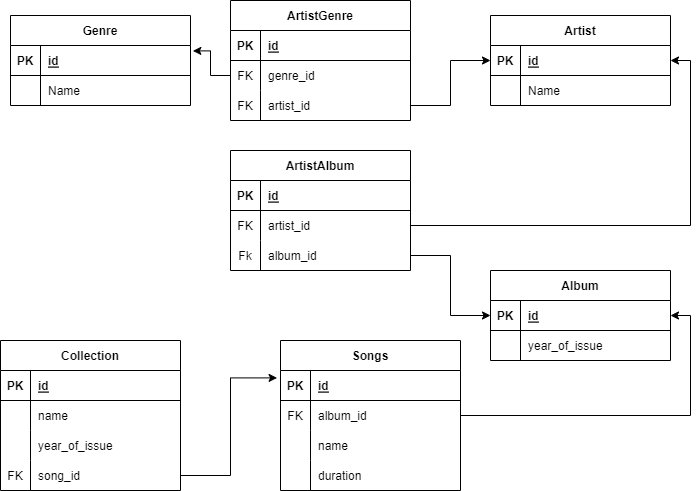
Above: Scheme_2.png in IrinaT87/DB (draw.io), before the change. Source tidied: cells renumbered, new cells last; positions are measured from the earlier drawing's top-left corner, leaving out a move shared by most shapes.
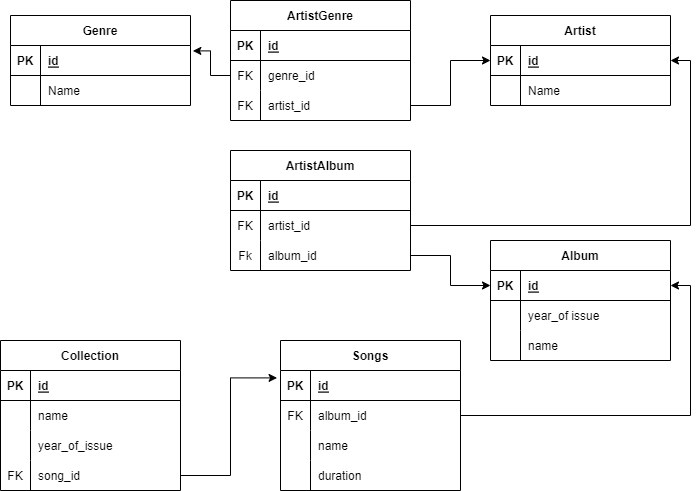
The same file after the commit.

What changed in the source:
```diff
@@ -44,27 +44,6 @@
     <mxCell id="15" value="Name" style="shape=partialRectangle;fillColor=none;top=0;left=0;bottom=0;right=0;align=left;spacingLeft=6;overflow=hidden;" parent="13" vertex="1">
       <mxGeometry x="30" width="150" height="30" as="geometry" />
     </mxCell>
-    <mxCell id="16" value="Album" style="shape=table;startSize=30;rowLines=0;fontStyle=1;align=center;" parent="1" vertex="1">
-      <mxGeometry x="490" y="270" width="180" height="90" as="geometry" />
-    </mxCell>
-    <mxCell id="17" style="shape=tableRow;horizontal=0;startSize=0;swimlaneHead=0;swimlaneBody=0;fillColor=none;points=[[0,0.5],[1,0.5]];portConstraint=eastwest;top=0;left=0;right=0;bottom=1;" parent="16" vertex="1">
-      <mxGeometry y="30" width="180" height="30" as="geometry" />
-    </mxCell>
-    <mxCell id="18" value="PK" style="shape=partialRectangle;fillColor=none;top=0;left=0;bottom=0;right=0;fontStyle=1;overflow=hidden;" parent="17" vertex="1">
-      <mxGeometry width="30" height="30" as="geometry" />
-    </mxCell>
-    <mxCell id="19" value="id" style="shape=partialRectangle;fillColor=none;top=0;left=0;bottom=0;right=0;align=left;spacingLeft=6;fontStyle=5;overflow=hidden;" parent="17" vertex="1">
-      <mxGeometry x="30" width="150" height="30" as="geometry" />
-    </mxCell>
-    <mxCell id="20" style="shape=tableRow;horizontal=0;startSize=0;swimlaneHead=0;swimlaneBody=0;fillColor=none;top=0;left=0;right=0;bottom=0;" parent="16" vertex="1">
-      <mxGeometry y="60" width="180" height="30" as="geometry" />
-    </mxCell>
-    <mxCell id="21" style="shape=partialRectangle;fillColor=none;top=0;left=0;bottom=0;right=0;overflow=hidden;" parent="20" vertex="1">
-      <mxGeometry width="30" height="30" as="geometry" />
-    </mxCell>
-    <mxCell id="22" value="year_of_issue" style="shape=partialRectangle;fillColor=none;top=0;left=0;bottom=0;right=0;align=left;spacingLeft=6;overflow=hidden;" parent="20" vertex="1">
-      <mxGeometry x="30" width="150" height="30" as="geometry" />
-    </mxCell>
     <mxCell id="23" value="Songs" style="shape=table;startSize=30;rowLines=0;fontStyle=1;align=center;" parent="1" vertex="1">
       <mxGeometry x="280" y="340" width="180" height="150" as="geometry" />
     </mxCell>
@@ -104,9 +83,6 @@
     <mxCell id="35" value="duration" style="shape=partialRectangle;fillColor=none;top=0;left=0;bottom=0;right=0;align=left;spacingLeft=6;overflow=hidden;" parent="33" vertex="1">
       <mxGeometry x="30" width="150" height="30" as="geometry" />
     </mxCell>
-    <mxCell id="36" style="edgeStyle=orthogonalEdgeStyle;rounded=0;jettySize=auto;html=1;entryX=1;entryY=0.5;entryDx=0;entryDy=0;" parent="1" edge="1" source="27" target="17">
-      <mxGeometry relative="1" as="geometry" />
-    </mxCell>
     <mxCell id="37" value="Collection" style="shape=table;startSize=30;rowLines=0;fontStyle=1;align=center;" parent="1" vertex="1">
       <mxGeometry y="340" width="180" height="150" as="geometry" />
     </mxCell>
@@ -218,8 +194,41 @@
     <mxCell id="73" style="edgeStyle=orthogonalEdgeStyle;rounded=0;jettySize=auto;html=1;entryX=1;entryY=0.5;entryDx=0;entryDy=0;" parent="1" edge="1" source="67" target="10">
       <mxGeometry relative="1" as="geometry" />
     </mxCell>
-    <mxCell id="74" style="edgeStyle=orthogonalEdgeStyle;rounded=0;jettySize=auto;html=1;exitX=1;exitY=0.5;exitDx=0;exitDy=0;entryX=0;entryY=0.5;entryDx=0;entryDy=0;" parent="1" edge="1" source="70" target="17">
-      <mxGeometry relative="1" as="geometry" />
-    </mxCell>
+    <mxCell id="16" value="Album" style="shape=table;startSize=30;rowLines=0;fontStyle=1;align=center;labelBorderColor=none;" parent="1" vertex="1">
+      <mxGeometry x="490" y="240" width="180" height="120" as="geometry" />
+    </mxCell>
+    <mxCell id="75" style="shape=tableRow;horizontal=0;startSize=0;swimlaneHead=0;swimlaneBody=0;fillColor=none;points=[[0,0.5],[1,0.5]];portConstraint=eastwest;top=0;left=0;right=0;bottom=1;labelBorderColor=#000000;" parent="16" vertex="1">
+      <mxGeometry y="30" width="180" height="30" as="geometry" />
+    </mxCell>
+    <mxCell id="18" value="PK" style="shape=partialRectangle;fillColor=none;top=0;left=0;bottom=0;right=0;fontStyle=1;overflow=hidden;labelBorderColor=none;" parent="75" vertex="1">
+      <mxGeometry width="30" height="30" as="geometry" />
+    </mxCell>
+    <mxCell id="19" value="id" style="shape=partialRectangle;fillColor=none;top=0;left=0;bottom=0;right=0;align=left;spacingLeft=6;fontStyle=5;overflow=hidden;labelBorderColor=none;" parent="75" vertex="1">
+      <mxGeometry x="30" width="150" height="30" as="geometry" />
+    </mxCell>
+    <mxCell id="76" style="shape=tableRow;horizontal=0;startSize=0;swimlaneHead=0;swimlaneBody=0;fillColor=none;top=0;left=0;right=0;bottom=0;labelBorderColor=#000000;" parent="16" vertex="1">
+      <mxGeometry y="60" width="180" height="30" as="geometry" />
+    </mxCell>
+    <mxCell id="77" style="shape=partialRectangle;fillColor=none;top=0;left=0;bottom=0;right=0;overflow=hidden;labelBorderColor=#000000;" parent="76" vertex="1">
+      <mxGeometry width="30" height="30" as="geometry" />
+    </mxCell>
+    <mxCell id="78" value="year_of issue" style="shape=partialRectangle;fillColor=none;top=0;left=0;bottom=0;right=0;align=left;spacingLeft=6;overflow=hidden;labelBorderColor=none;" parent="76" vertex="1">
+      <mxGeometry x="30" width="150" height="30" as="geometry" />
+    </mxCell>
+    <mxCell id="79" style="shape=tableRow;horizontal=0;startSize=0;swimlaneHead=0;swimlaneBody=0;fillColor=none;top=0;left=0;right=0;bottom=0;labelBorderColor=#000000;" parent="16" vertex="1">
+      <mxGeometry y="90" width="180" height="30" as="geometry" />
+    </mxCell>
+    <mxCell id="80" style="shape=partialRectangle;fillColor=none;top=0;left=0;bottom=0;right=0;overflow=hidden;labelBorderColor=#000000;" parent="79" vertex="1">
+      <mxGeometry width="30" height="30" as="geometry" />
+    </mxCell>
+    <mxCell id="81" value="name" style="shape=partialRectangle;fillColor=none;top=0;left=0;bottom=0;right=0;align=left;spacingLeft=6;overflow=hidden;labelBorderColor=none;" parent="79" vertex="1">
+      <mxGeometry x="30" width="150" height="30" as="geometry" />
+    </mxCell>
+    <mxCell id="82" style="edgeStyle=orthogonalEdgeStyle;rounded=0;jettySize=auto;html=1;exitX=1;exitY=0.5;exitDx=0;exitDy=0;entryX=0;entryY=0.5;entryDx=0;entryDy=0;" parent="1" edge="1" source="70" target="75">
+      <mxGeometry relative="1" as="geometry" />
+    </mxCell>
+    <mxCell id="83" style="edgeStyle=orthogonalEdgeStyle;rounded=0;jettySize=auto;html=1;entryX=1;entryY=0.5;entryDx=0;entryDy=0;" parent="1" edge="1" source="27" target="75">
+      <mxGeometry relative="1" as="geometry" />
+    </mxCell>
   </root>
 </mxGraphModel>
```
